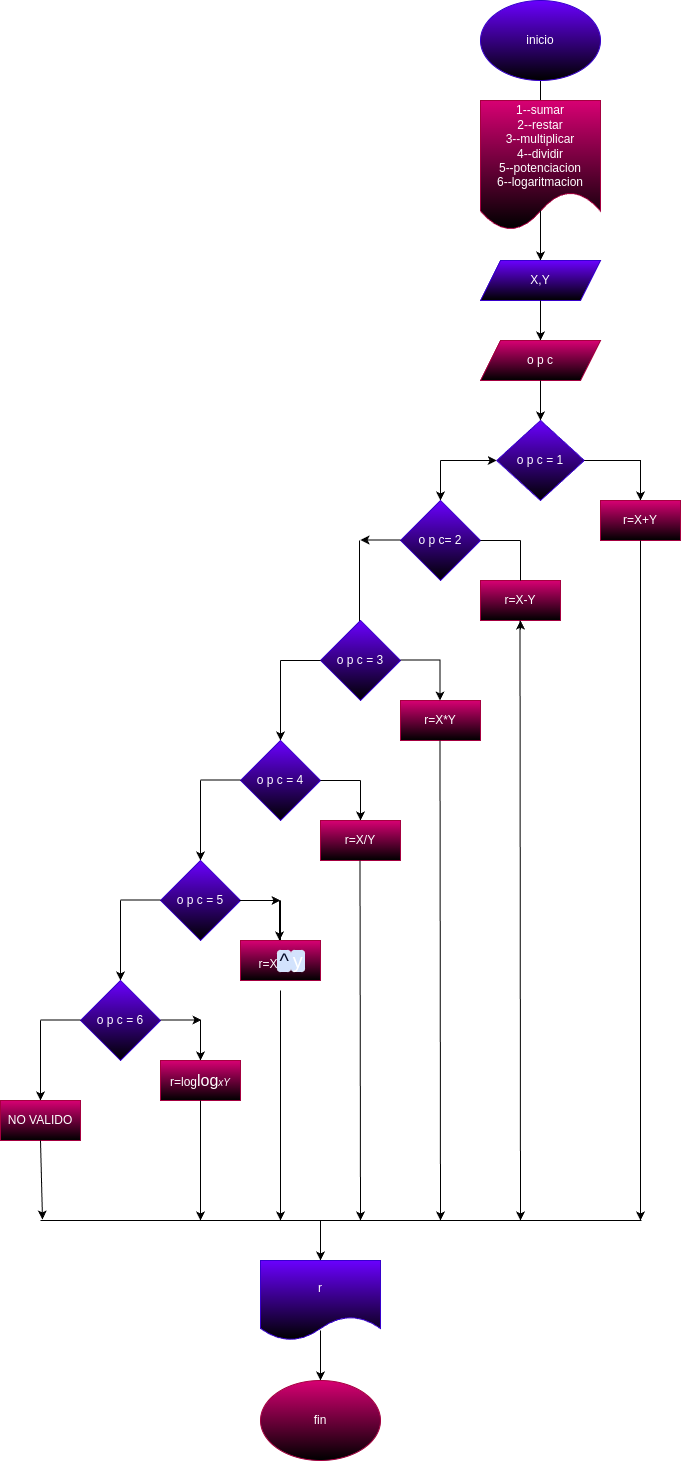
Earlier version of the draw.io export diagrama.png (jade6600/miniCalculadoraGuanentina). Source tidied: cells renumbered, new cells last; positions are measured from the earlier drawing's top-left corner, leaving out a move shared by most shapes.
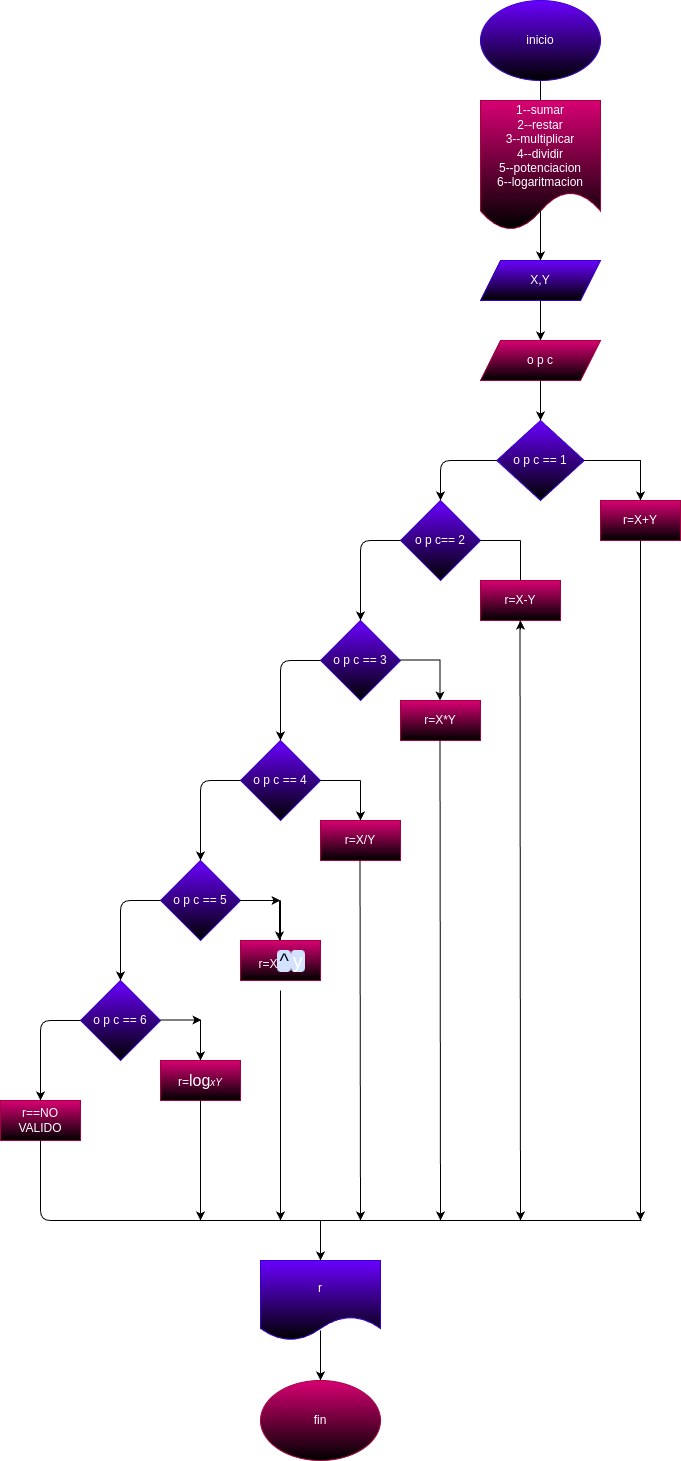
The same file after the commit.

Commit message:
se agrego el diagrama de flujo y se modifico el archivo README

Diff of the diagram source:
```diff
@@ -34,7 +34,7 @@
         <mxPoint x="540" y="420" as="targetPoint" />
       </mxGeometry>
     </mxCell>
-    <mxCell id="9" value="o p c = 1" style="rhombus;whiteSpace=wrap;html=1;fillColor=#6a00ff;fontColor=#ffffff;strokeColor=#3700CC;gradientColor=default;" parent="1" vertex="1">
+    <mxCell id="9" value="o p c == 1" style="rhombus;whiteSpace=wrap;html=1;fillColor=#6a00ff;fontColor=#ffffff;strokeColor=#3700CC;gradientColor=default;" parent="1" vertex="1">
       <mxGeometry x="496.2" y="420" width="87.5" height="80" as="geometry" />
     </mxCell>
     <mxCell id="10" style="endArrow=classic;html=1;" parent="1" edge="1">
@@ -52,35 +52,16 @@
     <mxCell id="12" value="r=X+Y" style="rounded=0;whiteSpace=wrap;html=1;fillColor=#d80073;fontColor=#ffffff;strokeColor=#A50040;gradientColor=default;" parent="1" vertex="1">
       <mxGeometry x="600" y="500" width="80" height="40" as="geometry" />
     </mxCell>
-    <mxCell id="13" style="endArrow=classic;html=1;" parent="1" edge="1">
-      <mxGeometry relative="1" as="geometry">
-        <mxPoint x="440" y="460" as="sourcePoint" />
-        <mxPoint x="496.2" y="460" as="targetPoint" />
-      </mxGeometry>
-    </mxCell>
-    <mxCell id="14" style="endArrow=classic;html=1;" parent="1" edge="1" target="15">
+    <mxCell id="14" style="endArrow=classic;html=1;exitX=0;exitY=0.5;exitDx=0;exitDy=0;entryX=0.5;entryY=0;entryDx=0;entryDy=0;" parent="1" edge="1" source="9" target="15">
       <mxGeometry relative="1" as="geometry">
-        <mxPoint x="440" y="460" as="sourcePoint" />
+        <Array as="points">
+          <mxPoint x="440" y="460" />
+        </Array>
       </mxGeometry>
     </mxCell>
-    <mxCell id="15" value="o p c= 2" style="rhombus;whiteSpace=wrap;html=1;fillColor=#6a00ff;fontColor=#ffffff;strokeColor=#3700CC;gradientColor=default;" parent="1" vertex="1">
+    <mxCell id="15" value="o p c== 2" style="rhombus;whiteSpace=wrap;html=1;fillColor=#6a00ff;fontColor=#ffffff;strokeColor=#3700CC;gradientColor=default;" parent="1" vertex="1">
       <mxGeometry x="400" y="500" width="80" height="80" as="geometry" />
     </mxCell>
-    <mxCell id="16" style="endArrow=classic;html=1;" parent="1" edge="1">
-      <mxGeometry relative="1" as="geometry">
-        <mxPoint x="400" y="539.5" as="sourcePoint" />
-        <mxPoint x="360" y="539.5" as="targetPoint" />
-        <Array as="points">
-          <mxPoint x="360" y="539.5" />
-        </Array>
-      </mxGeometry>
-    </mxCell>
-    <mxCell id="17" style="endArrow=none;html=1;" parent="1" edge="1">
-      <mxGeometry relative="1" as="geometry">
-        <mxPoint x="359" y="620.5" as="sourcePoint" />
-        <mxPoint x="359" y="540" as="targetPoint" />
-      </mxGeometry>
-    </mxCell>
     <mxCell id="18" style="endArrow=classic;html=1;" parent="1" edge="1">
       <mxGeometry relative="1" as="geometry">
         <mxPoint x="520" y="620" as="sourcePoint" />
@@ -93,7 +74,7 @@
     <mxCell id="19" value="r=X-Y" style="rounded=0;whiteSpace=wrap;html=1;fillColor=#d80073;fontColor=#ffffff;strokeColor=#A50040;gradientColor=default;" parent="1" vertex="1">
       <mxGeometry x="480" y="580" width="80" height="40" as="geometry" />
     </mxCell>
-    <mxCell id="20" value="o p c = 3" style="rhombus;whiteSpace=wrap;html=1;fillColor=#6a00ff;fontColor=#ffffff;strokeColor=#3700CC;gradientColor=default;" parent="1" vertex="1">
+    <mxCell id="20" value="o p c == 3" style="rhombus;whiteSpace=wrap;html=1;fillColor=#6a00ff;fontColor=#ffffff;strokeColor=#3700CC;gradientColor=default;" parent="1" vertex="1">
       <mxGeometry x="320" y="620" width="80" height="80" as="geometry" />
     </mxCell>
     <mxCell id="21" value="r=X*Y" style="rounded=0;whiteSpace=wrap;html=1;fillColor=#d80073;fontColor=#ffffff;strokeColor=#A50040;gradientColor=default;" parent="1" vertex="1">
@@ -132,19 +113,15 @@
     <mxCell id="27" value="inicio" style="ellipse;whiteSpace=wrap;html=1;fillColor=#6a00ff;fontColor=#ffffff;strokeColor=#3700CC;gradientColor=default;" parent="1" vertex="1">
       <mxGeometry x="480" width="120" height="80" as="geometry" />
     </mxCell>
-    <mxCell id="28" style="endArrow=none;html=1;" parent="1" edge="1">
-      <mxGeometry relative="1" as="geometry">
-        <mxPoint x="280" y="660" as="sourcePoint" />
-        <mxPoint x="320" y="660" as="targetPoint" />
-      </mxGeometry>
-    </mxCell>
-    <mxCell id="29" style="endArrow=classic;html=1;" parent="1" edge="1">
+    <mxCell id="29" style="endArrow=classic;html=1;exitX=0;exitY=0.5;exitDx=0;exitDy=0;" parent="1" edge="1" source="20">
       <mxGeometry relative="1" as="geometry">
-        <mxPoint x="280" y="660" as="sourcePoint" />
         <mxPoint x="280" y="740" as="targetPoint" />
+        <Array as="points">
+          <mxPoint x="280" y="660" />
+        </Array>
       </mxGeometry>
     </mxCell>
-    <mxCell id="30" value="o p c = 4" style="rhombus;whiteSpace=wrap;html=1;fillColor=#6a00ff;fontColor=#ffffff;strokeColor=#3700CC;gradientColor=default;" parent="1" vertex="1">
+    <mxCell id="30" value="o p c == 4" style="rhombus;whiteSpace=wrap;html=1;fillColor=#6a00ff;fontColor=#ffffff;strokeColor=#3700CC;gradientColor=default;" parent="1" vertex="1">
       <mxGeometry x="240" y="740" width="80" height="80" as="geometry" />
     </mxCell>
     <mxCell id="31" style="endArrow=none;html=1;" parent="1" edge="1">
@@ -153,16 +130,12 @@
         <mxPoint x="360" y="780" as="targetPoint" />
       </mxGeometry>
     </mxCell>
-    <mxCell id="32" style="endArrow=none;html=1;" parent="1" edge="1">
-      <mxGeometry relative="1" as="geometry">
-        <mxPoint x="200" y="779.5" as="sourcePoint" />
-        <mxPoint x="240" y="779.5" as="targetPoint" />
-      </mxGeometry>
-    </mxCell>
-    <mxCell id="33" style="endArrow=classic;html=1;" parent="1" edge="1">
+    <mxCell id="33" style="endArrow=classic;html=1;exitX=0;exitY=0.5;exitDx=0;exitDy=0;" parent="1" edge="1" source="30">
       <mxGeometry relative="1" as="geometry">
-        <mxPoint x="200" y="780" as="sourcePoint" />
         <mxPoint x="200" y="860" as="targetPoint" />
+        <Array as="points">
+          <mxPoint x="200" y="780" />
+        </Array>
       </mxGeometry>
     </mxCell>
     <mxCell id="34" style="endArrow=classic;html=1;" parent="1" edge="1">
@@ -174,7 +147,7 @@
     <mxCell id="35" value="r=X/Y" style="rounded=0;whiteSpace=wrap;html=1;fillColor=#d80073;fontColor=#ffffff;strokeColor=#A50040;gradientColor=default;" parent="1" vertex="1">
       <mxGeometry x="320" y="820" width="80" height="40" as="geometry" />
     </mxCell>
-    <mxCell id="36" value="o p c = 5" style="rhombus;whiteSpace=wrap;html=1;fillColor=#6a00ff;fontColor=#ffffff;strokeColor=#3700CC;gradientColor=default;" parent="1" vertex="1">
+    <mxCell id="36" value="o p c == 5" style="rhombus;whiteSpace=wrap;html=1;fillColor=#6a00ff;fontColor=#ffffff;strokeColor=#3700CC;gradientColor=default;" parent="1" vertex="1">
       <mxGeometry x="160" y="860" width="80" height="80" as="geometry" />
     </mxCell>
     <mxCell id="37" style="endArrow=classic;html=1;" parent="1" edge="1">
@@ -189,16 +162,12 @@
         <mxPoint x="280" y="900" as="targetPoint" />
       </mxGeometry>
     </mxCell>
-    <mxCell id="39" style="endArrow=none;html=1;" parent="1" edge="1">
-      <mxGeometry relative="1" as="geometry">
-        <mxPoint x="120" y="899.5" as="sourcePoint" />
-        <mxPoint x="160" y="899.5" as="targetPoint" />
-      </mxGeometry>
-    </mxCell>
-    <mxCell id="40" style="endArrow=classic;html=1;" parent="1" edge="1">
+    <mxCell id="40" style="endArrow=classic;html=1;exitX=0;exitY=0.5;exitDx=0;exitDy=0;" parent="1" edge="1" source="36">
       <mxGeometry relative="1" as="geometry">
-        <mxPoint x="120" y="900" as="sourcePoint" />
         <mxPoint x="120" y="980" as="targetPoint" />
+        <Array as="points">
+          <mxPoint x="120" y="900" />
+        </Array>
       </mxGeometry>
     </mxCell>
     <mxCell id="41" style="endArrow=classic;html=1;" parent="1" edge="1">
@@ -207,24 +176,20 @@
         <mxPoint x="279" y="940" as="targetPoint" />
       </mxGeometry>
     </mxCell>
-    <mxCell id="42" value="&amp;nbsp;r=X&lt;span style=&quot;border-radius: 4px; padding: 0px 2px; background: linear-gradient(90deg, rgb(211, 227, 253) 50%, rgba(0, 0, 0, 0) 50%) 0% 0px / 200% 100% no-repeat rgb(255, 255, 255); color: rgb(4, 12, 40); animation: 0.75s cubic-bezier(0.05, 0.7, 0.1, 1) 0.25s 1 normal forwards running highlight; font-family: &amp;quot;Google Sans&amp;quot;, Arial, sans-serif; font-size: 20px; text-align: left;&quot;&gt;^&lt;/span&gt;&lt;span style=&quot;border-radius: 4px; padding: 0px 2px; background: linear-gradient(90deg, rgb(211, 227, 253) 50%, rgba(0, 0, 0, 0) 50%) 0% 0px / 200% 100% no-repeat rgb(255, 255, 255); animation: 0.75s cubic-bezier(0.05, 0.7, 0.1, 1) 0.25s 1 normal forwards running highlight; font-family: &amp;quot;Google Sans&amp;quot;, Arial, sans-serif; font-size: 20px; text-align: left;&quot;&gt;y&lt;/span&gt;" style="rounded=0;whiteSpace=wrap;html=1;fillColor=#d80073;fontColor=#ffffff;strokeColor=#A50040;gradientColor=default;" parent="1" vertex="1">
+    <mxCell id="42" value="&amp;nbsp;r=X&lt;span style=&quot;border-radius: 4px; padding: 0px 2px; background-image: linear-gradient(90deg, rgb(211, 227, 253) 50%, rgba(0, 0, 0, 0) 50%); background-position: 0% 0px; background-size: 200% 100%; background-repeat: no-repeat; background-attachment: initial; background-origin: initial; background-clip: initial; color: rgb(4, 12, 40); animation: 0.75s cubic-bezier(0.05, 0.7, 0.1, 1) 0.25s 1 normal forwards running highlight; font-family: &amp;quot;Google Sans&amp;quot;, Arial, sans-serif; font-size: 20px; text-align: left;&quot;&gt;^&lt;/span&gt;&lt;span style=&quot;border-radius: 4px; padding: 0px 2px; background-image: linear-gradient(90deg, rgb(211, 227, 253) 50%, rgba(0, 0, 0, 0) 50%); background-position: 0% 0px; background-size: 200% 100%; background-repeat: no-repeat; background-attachment: initial; background-origin: initial; background-clip: initial; animation: 0.75s cubic-bezier(0.05, 0.7, 0.1, 1) 0.25s 1 normal forwards running highlight; font-family: &amp;quot;Google Sans&amp;quot;, Arial, sans-serif; font-size: 20px; text-align: left;&quot;&gt;y&lt;/span&gt;" style="rounded=0;whiteSpace=wrap;html=1;fillColor=#d80073;fontColor=#ffffff;strokeColor=#A50040;gradientColor=default;" parent="1" vertex="1">
       <mxGeometry x="240" y="940" width="80" height="40" as="geometry" />
     </mxCell>
-    <mxCell id="43" value="o p c = 6" style="rhombus;whiteSpace=wrap;html=1;fillColor=#6a00ff;fontColor=#ffffff;strokeColor=#3700CC;gradientColor=default;" parent="1" vertex="1">
+    <mxCell id="43" value="o p c == 6" style="rhombus;whiteSpace=wrap;html=1;fillColor=#6a00ff;fontColor=#ffffff;strokeColor=#3700CC;gradientColor=default;" parent="1" vertex="1">
       <mxGeometry x="80" y="980" width="80" height="80" as="geometry" />
     </mxCell>
-    <mxCell id="44" style="endArrow=classic;html=1;" parent="1" edge="1">
+    <mxCell id="44" style="endArrow=classic;html=1;exitX=0;exitY=0.5;exitDx=0;exitDy=0;" parent="1" edge="1" source="43">
       <mxGeometry relative="1" as="geometry">
-        <mxPoint x="40" y="1020" as="sourcePoint" />
         <mxPoint x="40" y="1100" as="targetPoint" />
+        <Array as="points">
+          <mxPoint x="40" y="1020" />
+        </Array>
       </mxGeometry>
     </mxCell>
-    <mxCell id="45" style="endArrow=none;html=1;" parent="1" edge="1">
-      <mxGeometry relative="1" as="geometry">
-        <mxPoint x="40" y="1019.5" as="sourcePoint" />
-        <mxPoint x="80" y="1019.5" as="targetPoint" />
-      </mxGeometry>
-    </mxCell>
     <mxCell id="46" style="endArrow=classic;html=1;" parent="1" edge="1">
       <mxGeometry relative="1" as="geometry">
         <mxPoint x="160" y="1019.5" as="sourcePoint" />
@@ -237,10 +202,10 @@
         <mxPoint x="200" y="1060" as="targetPoint" />
       </mxGeometry>
     </mxCell>
-    <mxCell id="48" value="r=log&lt;span style=&quot;font-family: sans-serif; font-size: 16px; text-align: start;&quot;&gt;log&lt;/span&gt;&lt;span style=&quot;font-family: sans-serif; text-align: start; font-size: 10px;&quot;&gt;&lt;i&gt;xY&lt;/i&gt;&lt;/span&gt;" style="rounded=0;whiteSpace=wrap;html=1;fillColor=#d80073;fontColor=#ffffff;strokeColor=#A50040;gradientColor=default;" parent="1" vertex="1">
+    <mxCell id="48" value="r=&lt;span style=&quot;font-family: sans-serif; font-size: 16px; text-align: start;&quot;&gt;log&lt;/span&gt;&lt;span style=&quot;font-family: sans-serif; text-align: start; font-size: 10px;&quot;&gt;&lt;i&gt;xY&lt;/i&gt;&lt;/span&gt;" style="rounded=0;whiteSpace=wrap;html=1;fillColor=#d80073;fontColor=#ffffff;strokeColor=#A50040;gradientColor=default;" parent="1" vertex="1">
       <mxGeometry x="160" y="1060" width="80" height="40" as="geometry" />
     </mxCell>
-    <mxCell id="49" value="NO VALIDO" style="rounded=0;whiteSpace=wrap;html=1;fillColor=#d80073;fontColor=#ffffff;strokeColor=#A50040;gradientColor=default;" parent="1" vertex="1">
+    <mxCell id="49" value="r==NO VALIDO" style="rounded=0;whiteSpace=wrap;html=1;fillColor=#d80073;fontColor=#ffffff;strokeColor=#A50040;gradientColor=default;" parent="1" vertex="1">
       <mxGeometry y="1100" width="80" height="40" as="geometry" />
     </mxCell>
     <mxCell id="50" style="endArrow=classic;html=1;fontColor=#FFFFFF;" parent="1" edge="1">
@@ -249,14 +214,6 @@
         <mxPoint x="640" y="1220" as="targetPoint" />
       </mxGeometry>
     </mxCell>
-    <mxCell id="51" style="endArrow=classic;html=1;fontColor=#FFFFFF;entryX=0.04;entryY=0.3;entryDx=0;entryDy=0;entryPerimeter=0;" parent="1" edge="1" target="52">
-      <mxGeometry relative="1" as="geometry">
-        <mxPoint x="40" y="1140" as="sourcePoint" />
-      </mxGeometry>
-    </mxCell>
-    <mxCell id="52" value="Text" style="text;html=1;align=center;verticalAlign=middle;points=[];strokeColor=none;fillColor=none;fontColor=#FFFFFF;labelBackgroundColor=none;" parent="1" vertex="1">
-      <mxGeometry x="40" y="1210" width="50" height="30" as="geometry" />
-    </mxCell>
     <mxCell id="53" style="endArrow=classic;html=1;fontColor=#FFFFFF;" parent="1" edge="1">
       <mxGeometry relative="1" as="geometry">
         <mxPoint x="200" y="1100" as="sourcePoint" />
@@ -287,10 +244,12 @@
         <mxPoint x="520" y="1220" as="targetPoint" />
       </mxGeometry>
     </mxCell>
-    <mxCell id="58" style="endArrow=none;html=1;fontColor=#FFFFFF;" parent="1" edge="1">
+    <mxCell id="58" style="endArrow=none;html=1;fontColor=#FFFFFF;exitX=0.5;exitY=1;exitDx=0;exitDy=0;" parent="1" edge="1" source="49">
       <mxGeometry relative="1" as="geometry">
-        <mxPoint x="40" y="1220" as="sourcePoint" />
         <mxPoint x="641" y="1220" as="targetPoint" />
+        <Array as="points">
+          <mxPoint x="40" y="1220" />
+        </Array>
       </mxGeometry>
     </mxCell>
     <mxCell id="59" style="endArrow=classic;html=1;fontColor=#FFFFFF;" parent="1" edge="1" target="60">
@@ -309,5 +268,12 @@
     <mxCell id="62" value="fin" style="ellipse;whiteSpace=wrap;html=1;labelBackgroundColor=none;fontColor=#ffffff;fillColor=#d80073;strokeColor=#A50040;gradientColor=default;" parent="1" vertex="1">
       <mxGeometry x="260" y="1380" width="120" height="80" as="geometry" />
     </mxCell>
+    <mxCell id="63" style="endArrow=classic;html=1;entryX=0.5;entryY=0;entryDx=0;entryDy=0;exitX=0;exitY=0.5;exitDx=0;exitDy=0;" parent="1" edge="1" source="15" target="20">
+      <mxGeometry relative="1" as="geometry">
+        <Array as="points">
+          <mxPoint x="360" y="540" />
+        </Array>
+      </mxGeometry>
+    </mxCell>
   </root>
 </mxGraphModel>
```
